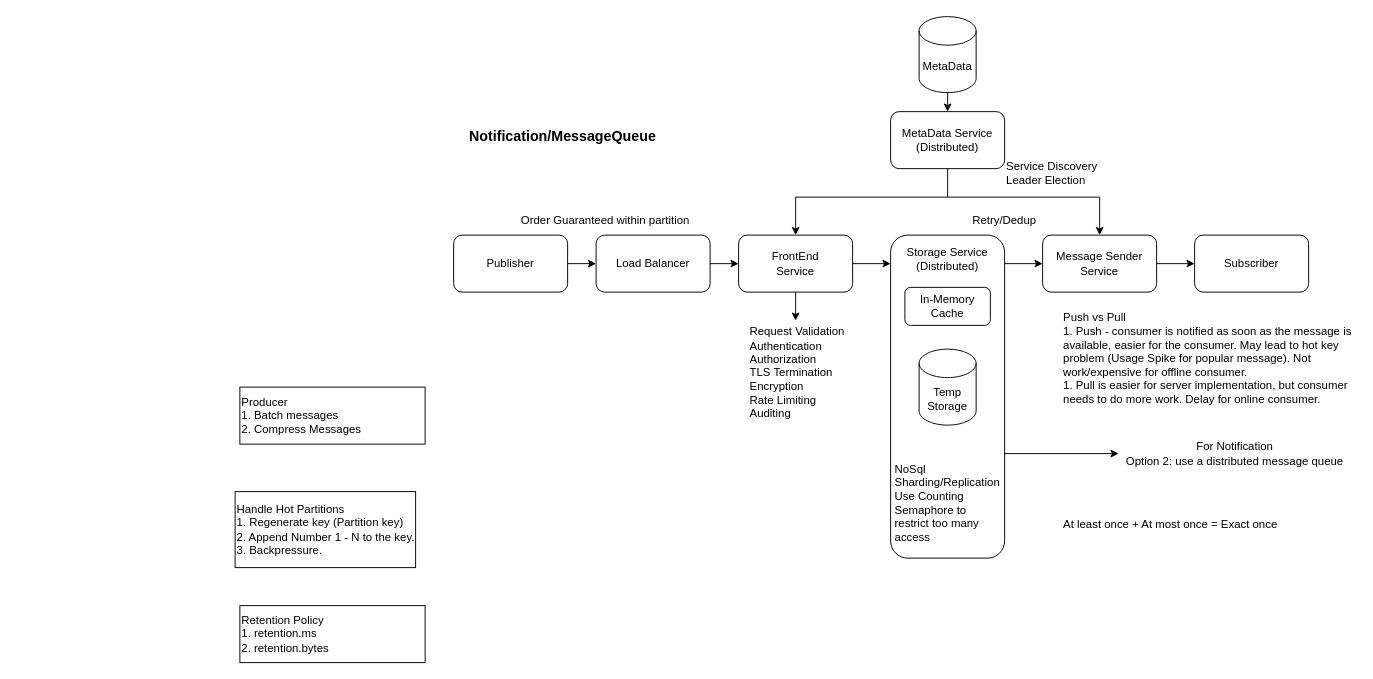
The draw.io diagram 1_Notification_MessageQ.drawio in xwq172677170/SysdDiagram, before the edit. Source tidied: cells renumbered, new cells numbered last; positions are measured from the earlier drawing's top-left corner, leaving out a move shared by most shapes. Both pictures are drawn from the tidied source at 95%, with x=0, y=0 at pixel (235, 16).
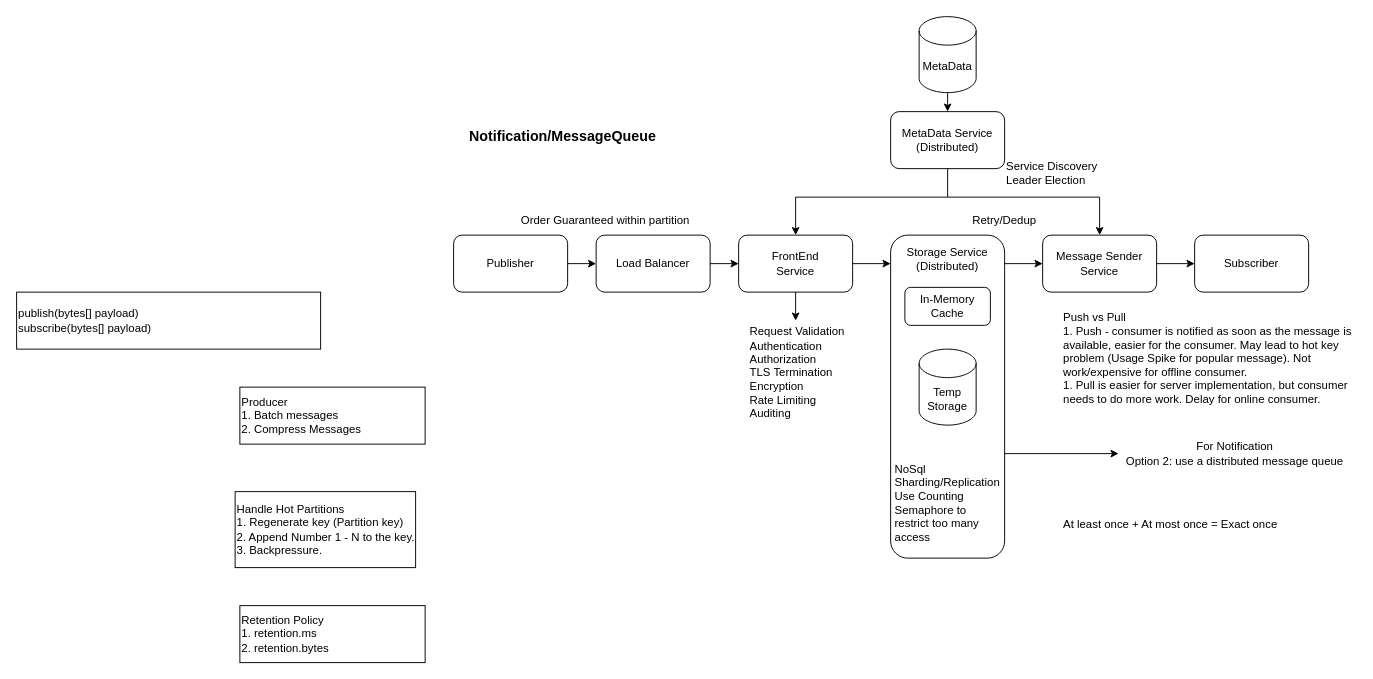
After the change.

What changed in the source:
```diff
@@
+    <mxCell id="35" value="publish(bytes[] payload)&lt;div&gt;subscribe(bytes[] payload)&lt;/div&gt;" style="rounded=0;whiteSpace=wrap;html=1;align=left;" parent="1" vertex="1">
+      <mxGeometry x="-230" y="290" width="320" height="60" as="geometry" />
+    </mxCell>
```
